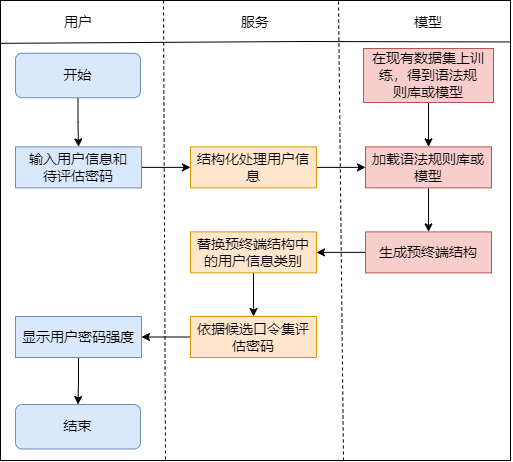
Before: fun1.drawio.png, a diagram exported from draw.io (lakomi/pictures). Source tidied: cells renumbered, new cells last; positions are measured from the earlier drawing's top-left corner, leaving out a move shared by most shapes.
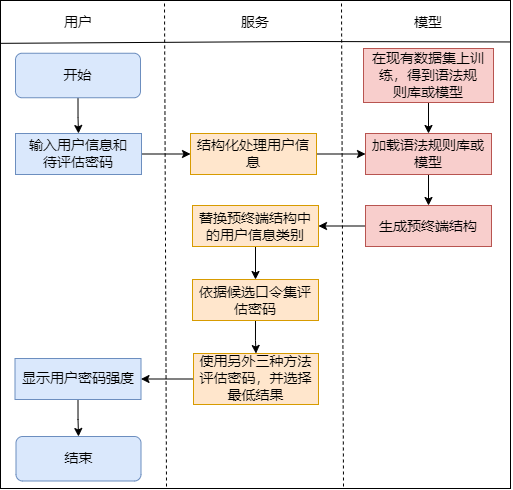
After the change.

Diff of the diagram source:
```diff
@@ -3,49 +3,49 @@
     <mxCell id="0" />
     <mxCell id="1" parent="0" />
     <mxCell id="2" style="rounded=0;whiteSpace=wrap;html=1;fontSize=14;" parent="1" vertex="1">
-      <mxGeometry width="510" height="460" as="geometry" />
+      <mxGeometry width="510" height="488" as="geometry" />
     </mxCell>
     <mxCell id="3" style="rounded=0;jettySize=auto;html=1;exitX=1;exitY=0.5;exitDx=0;exitDy=0;entryX=0;entryY=0.5;entryDx=0;entryDy=0;fontSize=14;" parent="1" edge="1" source="4" target="6">
       <mxGeometry relative="1" as="geometry" />
     </mxCell>
     <mxCell id="4" value="输入用户信息和&lt;br style=&quot;font-size: 14px;&quot;&gt;待评估密码" style="rounded=0;whiteSpace=wrap;html=1;fontSize=14;fillColor=#dae8fc;strokeColor=#6c8ebf;" parent="1" vertex="1">
-      <mxGeometry x="15" y="146.4" width="126" height="41" as="geometry" />
+      <mxGeometry x="15" y="133" width="126" height="41" as="geometry" />
     </mxCell>
     <mxCell id="5" style="edgeStyle=none;rounded=0;jettySize=auto;html=1;exitX=1;exitY=0.5;exitDx=0;exitDy=0;entryX=0;entryY=0.5;entryDx=0;entryDy=0;fontSize=14;" parent="1" edge="1" source="6" target="8">
       <mxGeometry relative="1" as="geometry" />
     </mxCell>
     <mxCell id="6" value="结构化处理用户信息" style="rounded=0;whiteSpace=wrap;html=1;fontSize=14;fillColor=#ffe6cc;strokeColor=#d79b00;" parent="1" vertex="1">
-      <mxGeometry x="190" y="146.4" width="126" height="41" as="geometry" />
+      <mxGeometry x="190" y="133" width="126" height="41" as="geometry" />
     </mxCell>
     <mxCell id="7" style="edgeStyle=none;rounded=0;jettySize=auto;html=1;exitX=0.5;exitY=1;exitDx=0;exitDy=0;fontSize=14;" parent="1" edge="1" source="8" target="10">
       <mxGeometry relative="1" as="geometry" />
     </mxCell>
     <mxCell id="8" value="加载语法规则库或模型" style="rounded=0;whiteSpace=wrap;html=1;fontSize=14;fillColor=#f8cecc;strokeColor=#b85450;" parent="1" vertex="1">
-      <mxGeometry x="365" y="146.4" width="126" height="41" as="geometry" />
+      <mxGeometry x="365" y="133" width="126" height="41" as="geometry" />
     </mxCell>
     <mxCell id="9" style="edgeStyle=none;rounded=0;jettySize=auto;html=1;exitX=0;exitY=0.5;exitDx=0;exitDy=0;entryX=1;entryY=0.5;entryDx=0;entryDy=0;fontSize=14;" parent="1" edge="1" source="10" target="12">
       <mxGeometry relative="1" as="geometry" />
     </mxCell>
     <mxCell id="10" value="生成预终端结构" style="rounded=0;whiteSpace=wrap;html=1;fontSize=14;fillColor=#f8cecc;strokeColor=#b85450;" parent="1" vertex="1">
-      <mxGeometry x="365" y="231.4" width="126" height="41" as="geometry" />
+      <mxGeometry x="365" y="205" width="126" height="41" as="geometry" />
     </mxCell>
     <mxCell id="11" style="edgeStyle=none;rounded=0;jettySize=auto;html=1;exitX=0.5;exitY=1;exitDx=0;exitDy=0;fontSize=14;" parent="1" edge="1" source="12" target="14">
       <mxGeometry relative="1" as="geometry" />
     </mxCell>
     <mxCell id="12" value="替换预终端结构中的用户信息类别" style="rounded=0;whiteSpace=wrap;html=1;fontSize=14;fillColor=#ffe6cc;strokeColor=#d79b00;" parent="1" vertex="1">
-      <mxGeometry x="190" y="231.4" width="126" height="41" as="geometry" />
+      <mxGeometry x="192" y="205" width="126" height="41" as="geometry" />
     </mxCell>
-    <mxCell id="13" style="edgeStyle=none;rounded=0;jettySize=auto;html=1;exitX=0;exitY=0.5;exitDx=0;exitDy=0;entryX=1;entryY=0.5;entryDx=0;entryDy=0;fontSize=14;" parent="1" edge="1" source="14" target="16">
-      <mxGeometry relative="1" as="geometry" />
-    </mxCell>
+    <mxCell id="28" style="edgeStyle=orthogonalEdgeStyle;rounded=0;jettySize=auto;html=1;exitX=0.5;exitY=1;exitDx=0;exitDy=0;" parent="1" edge="1" source="14" target="30">
+      <mxGeometry relative="1" as="geometry" />
+    </mxCell>
     <mxCell id="14" value="依据候选口令集评估密码" style="rounded=0;whiteSpace=wrap;html=1;fontSize=14;fillColor=#ffe6cc;strokeColor=#d79b00;" parent="1" vertex="1">
-      <mxGeometry x="190" y="316" width="126" height="41" as="geometry" />
+      <mxGeometry x="192" y="279" width="126" height="41" as="geometry" />
     </mxCell>
     <mxCell id="15" style="edgeStyle=orthogonalEdgeStyle;rounded=0;jettySize=auto;html=1;exitX=0.5;exitY=1;exitDx=0;exitDy=0;fontSize=14;" parent="1" edge="1" source="16" target="26">
       <mxGeometry relative="1" as="geometry" />
     </mxCell>
     <mxCell id="16" value="显示用户密码强度" style="rounded=0;whiteSpace=wrap;html=1;fontSize=14;fillColor=#dae8fc;strokeColor=#6c8ebf;" parent="1" vertex="1">
-      <mxGeometry x="15" y="316" width="126" height="41" as="geometry" />
+      <mxGeometry x="14.5" y="358" width="126" height="41" as="geometry" />
     </mxCell>
     <mxCell id="17" style="edgeStyle=none;rounded=0;jettySize=auto;html=1;exitX=0.5;exitY=1;exitDx=0;exitDy=0;entryX=0.5;entryY=0;entryDx=0;entryDy=0;fontSize=14;" parent="1" edge="1" source="18" target="8">
       <mxGeometry relative="1" as="geometry" />
@@ -53,12 +53,6 @@
     <mxCell id="18" value="在现有数据集上训练，得到语法规&lt;br&gt;则库或模型" style="rounded=0;whiteSpace=wrap;html=1;fontSize=14;fillColor=#f8cecc;strokeColor=#b85450;" parent="1" vertex="1">
       <mxGeometry x="363" y="48" width="130" height="54" as="geometry" />
     </mxCell>
-    <mxCell id="19" style="endArrow=none;dashed=1;html=1;rounded=0;fontSize=14;" parent="1" edge="1">
-      <mxGeometry relative="1" as="geometry">
-        <mxPoint x="343" y="460" as="sourcePoint" />
-        <mxPoint x="338" as="targetPoint" />
-      </mxGeometry>
-    </mxCell>
     <mxCell id="20" value="用户" style="text;html=1;strokeColor=none;fillColor=none;align=center;verticalAlign=middle;whiteSpace=wrap;rounded=0;fontSize=14;" parent="1" vertex="1">
       <mxGeometry x="48" y="7.4" width="60" height="30" as="geometry" />
     </mxCell>
@@ -68,12 +62,6 @@
     <mxCell id="22" value="模型" style="text;html=1;strokeColor=none;fillColor=none;align=center;verticalAlign=middle;whiteSpace=wrap;rounded=0;fontSize=14;" parent="1" vertex="1">
       <mxGeometry x="398" y="7.4" width="60" height="30" as="geometry" />
     </mxCell>
-    <mxCell id="23" style="endArrow=none;dashed=1;html=1;rounded=0;fontSize=14;" parent="1" edge="1">
-      <mxGeometry relative="1" as="geometry">
-        <mxPoint x="165" y="459" as="sourcePoint" />
-        <mxPoint x="163" as="targetPoint" />
-      </mxGeometry>
-    </mxCell>
     <mxCell id="24" style="edgeStyle=orthogonalEdgeStyle;rounded=0;jettySize=auto;html=1;exitX=0.5;exitY=1;exitDx=0;exitDy=0;fontSize=14;" parent="1" edge="1" source="25" target="4">
       <mxGeometry relative="1" as="geometry" />
     </mxCell>
@@ -81,7 +69,7 @@
       <mxGeometry x="15" y="52.8" width="125" height="44.5" as="geometry" />
     </mxCell>
     <mxCell id="26" value="结束" style="rounded=1;whiteSpace=wrap;html=1;fontSize=14;fillColor=#dae8fc;strokeColor=#6c8ebf;" parent="1" vertex="1">
-      <mxGeometry x="15" y="404" width="125" height="44.5" as="geometry" />
+      <mxGeometry x="15.5" y="436" width="125" height="44.5" as="geometry" />
     </mxCell>
     <mxCell id="27" style="endArrow=none;html=1;rounded=0;fontSize=14;entryX=1;entryY=0.101;entryDx=0;entryDy=0;entryPerimeter=0;exitX=-0.001;exitY=0.104;exitDx=0;exitDy=0;exitPerimeter=0;" parent="1" edge="1">
       <mxGeometry relative="1" as="geometry">
@@ -92,5 +80,23 @@
         </Array>
       </mxGeometry>
     </mxCell>
+    <mxCell id="29" style="edgeStyle=orthogonalEdgeStyle;rounded=0;jettySize=auto;html=1;exitX=0;exitY=0.5;exitDx=0;exitDy=0;entryX=1;entryY=0.5;entryDx=0;entryDy=0;" parent="1" edge="1" source="30" target="16">
+      <mxGeometry relative="1" as="geometry" />
+    </mxCell>
+    <mxCell id="30" value="使用另外三种方法评估密码，并选择最低结果" style="rounded=0;whiteSpace=wrap;html=1;fontSize=14;fillColor=#ffe6cc;strokeColor=#d79b00;" parent="1" vertex="1">
+      <mxGeometry x="193" y="353" width="125" height="51" as="geometry" />
+    </mxCell>
+    <mxCell id="31" style="endArrow=none;dashed=1;html=1;rounded=0;fontSize=14;" parent="1" edge="1">
+      <mxGeometry relative="1" as="geometry">
+        <mxPoint x="166" y="486" as="sourcePoint" />
+        <mxPoint x="164" y="2" as="targetPoint" />
+      </mxGeometry>
+    </mxCell>
+    <mxCell id="32" style="endArrow=none;dashed=1;html=1;rounded=0;fontSize=14;" parent="1" edge="1">
+      <mxGeometry relative="1" as="geometry">
+        <mxPoint x="343" y="486" as="sourcePoint" />
+        <mxPoint x="341" y="2" as="targetPoint" />
+      </mxGeometry>
+    </mxCell>
   </root>
 </mxGraphModel>
```
